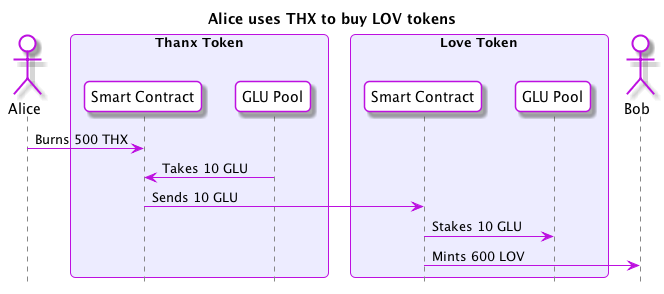
This is flows/a-thx-to-lov-b.png from gluon-project/gluon-specs, a PlantUML export, as it was before one commit.
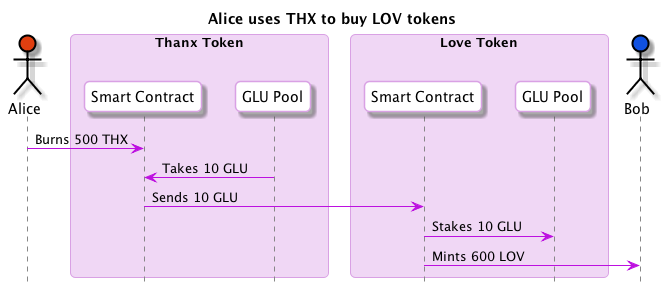
Later version of the same file.

The edit, as a diff of the source:
```diff
@@ -5,30 +5,28 @@
 skinparam headerFontSize 18
 skinparam sequence {
   ArrowColor #BD10E0
-  GroupBackgroundColor #BD10E0
-  GroupBorderColor #EDECFF
-  GroupHeaderFontColor #ffffff
-  BoxBorderColor #BD10E0
-  BoxBackgroundColor #EDECFF
+
+  BoxBorderColor #D9A1E4
+  BoxBackgroundColor #F0D7F5
   BoxPadding 10
 
-  ParticipantBorderColor #BD10E0
+  ParticipantBorderColor #D9A1E4
   ParticipantBackgroundColor #ffffff
   ParticipantPadding 10
 
-  ActorBorderColor #BD10E0
+  ActorBorderColor #000000
   ActorBackgroundColor #ffffff
+
   EntityBorderColor #BD10E0
   EntityBackgroundColor #ffffff
-  DatabaseBorderColor #BD10E0
-  DatabaseBackgroundColor #ffffff
+
 
   LifeLineBorderColor #878787
 }
 
 hide footbox
 title Alice uses THX to buy LOV tokens
-actor Alice
+actor Alice #E03F10
 box "Thanx Token"
   participant "Smart Contract" as ThanxSC
   participant "GLU Pool" as THXGLUPool
@@ -37,7 +35,7 @@
   participant "Smart Contract" as LoveSC
   participant "GLU Pool" as LOVGLUPool
 end box
-actor Bob
+actor Bob #1051E0
 
 Alice -> ThanxSC : Burns 500 THX
 ThanxSC <- THXGLUPool : Takes 10 GLU
```
